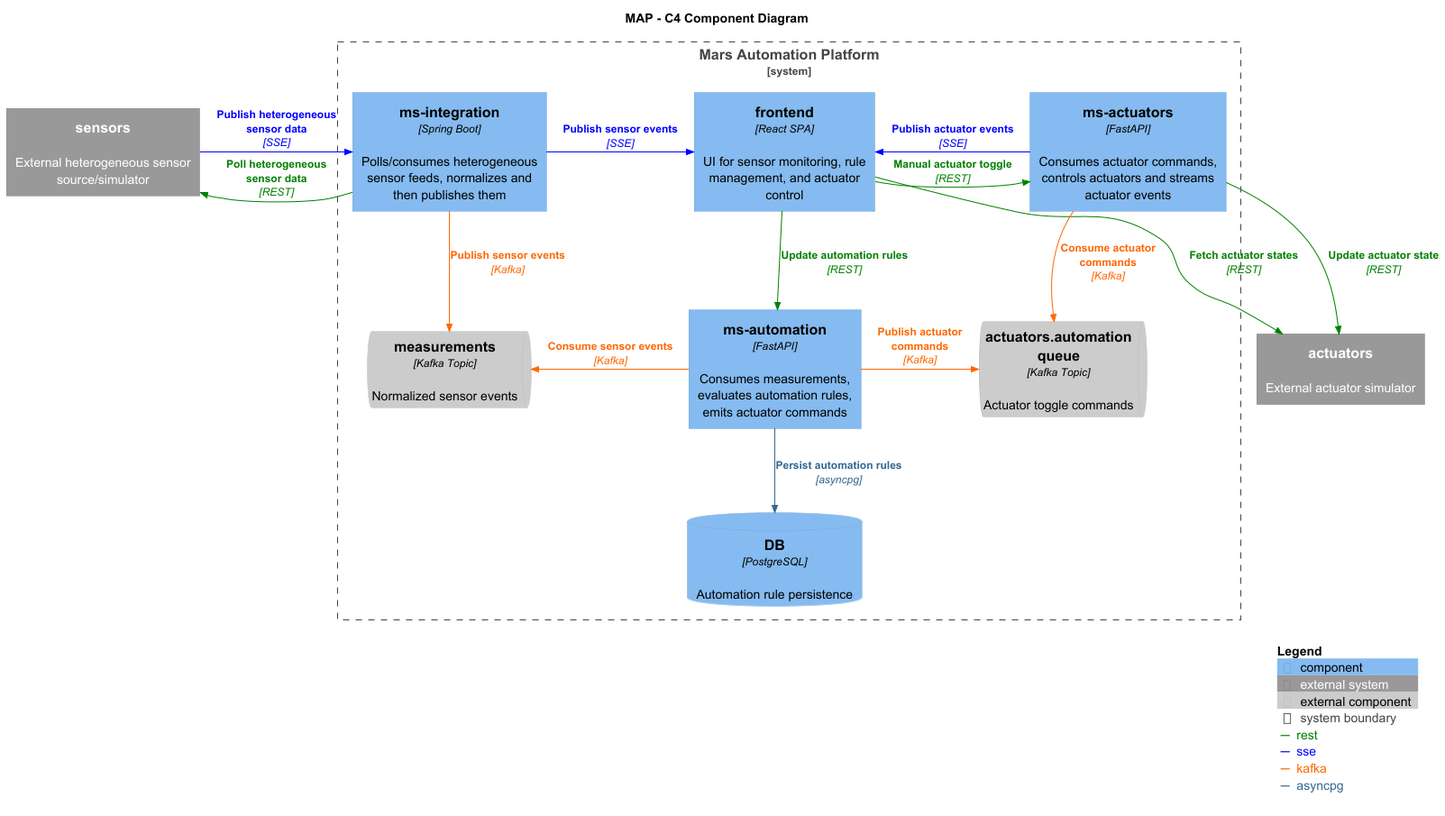
Earlier version of the PlantUML export booklets/c4_component.png (robev2252060/2247107_MAP).
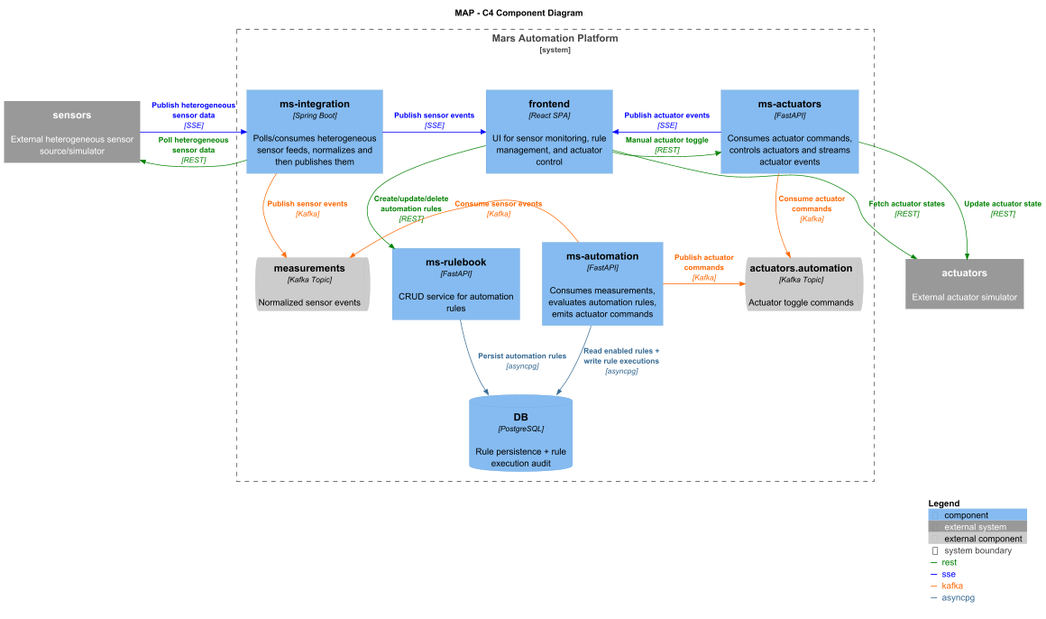
The same diagram one commit later.

The edit, as a diff of the source:
```diff
@@ -13,11 +13,12 @@
   Component(fe, "frontend", "React SPA", "UI for sensor monitoring, rule management, and actuator control")
   Component(int, "ms-integration", "Spring Boot", "Polls/consumes heterogeneous sensor feeds, normalizes and then publishes them")
   Component(auto, "ms-automation", "FastAPI", "Consumes measurements, evaluates automation rules, emits actuator commands")
+  Component(rulebook, "ms-rulebook", "FastAPI", "CRUD service for automation rules")
   Component(msact, "ms-actuators", "FastAPI", "Consumes actuator commands, controls actuators and streams actuator events")
-  ComponentDb(db, "DB", "PostgreSQL", "Automation rule persistence")
+  ComponentDb(db, "DB", "PostgreSQL", "Rule persistence + rule execution audit")
 
   ComponentQueue_Ext(kafkaMeasurements, "measurements", "Kafka Topic", "Normalized sensor events")
-  ComponentQueue_Ext(kafkaActuators, "actuators.automation queue", "Kafka Topic", "Actuator toggle commands")
+  ComponentQueue_Ext(kafkaActuators, "actuators.automation", "Kafka Topic", "Actuator toggle commands")
 
 }
 
@@ -35,17 +36,15 @@
 
 Rel_R(msact, act, "Update actuator state", "REST", $tags="rest")
 
-
 Rel_D(int, kafkaMeasurements, "Publish sensor events", "Kafka", $tags="kafka")
-Rel_D(fe, auto, "Update automation rules", "REST", $tags="rest")
+Rel_D(fe, rulebook, "Create/update/delete automation rules", "REST", $tags="rest")
+Rel_D(msact, kafkaActuators, "Consume actuator commands", "Kafka", $tags="kafka")
 
 Rel_L(auto, kafkaMeasurements, "Consume sensor events", "Kafka", $tags="kafka")
 Rel_R(auto, kafkaActuators, "Publish actuator commands", "Kafka", $tags="kafka")
 
-Rel_D(msact, kafkaActuators, "Consume actuator commands", "Kafka", $tags="kafka")
-
-
-Rel_D(auto, db, "Persist automation rules", "asyncpg", $tags="asyncpg")
+Rel_D(rulebook, db, "Persist automation rules", "asyncpg", $tags="asyncpg")
+Rel_D(auto, db, "Read enabled rules + write rule executions", "asyncpg", $tags="asyncpg")
 
 SHOW_LEGEND()
 @enduml
```
